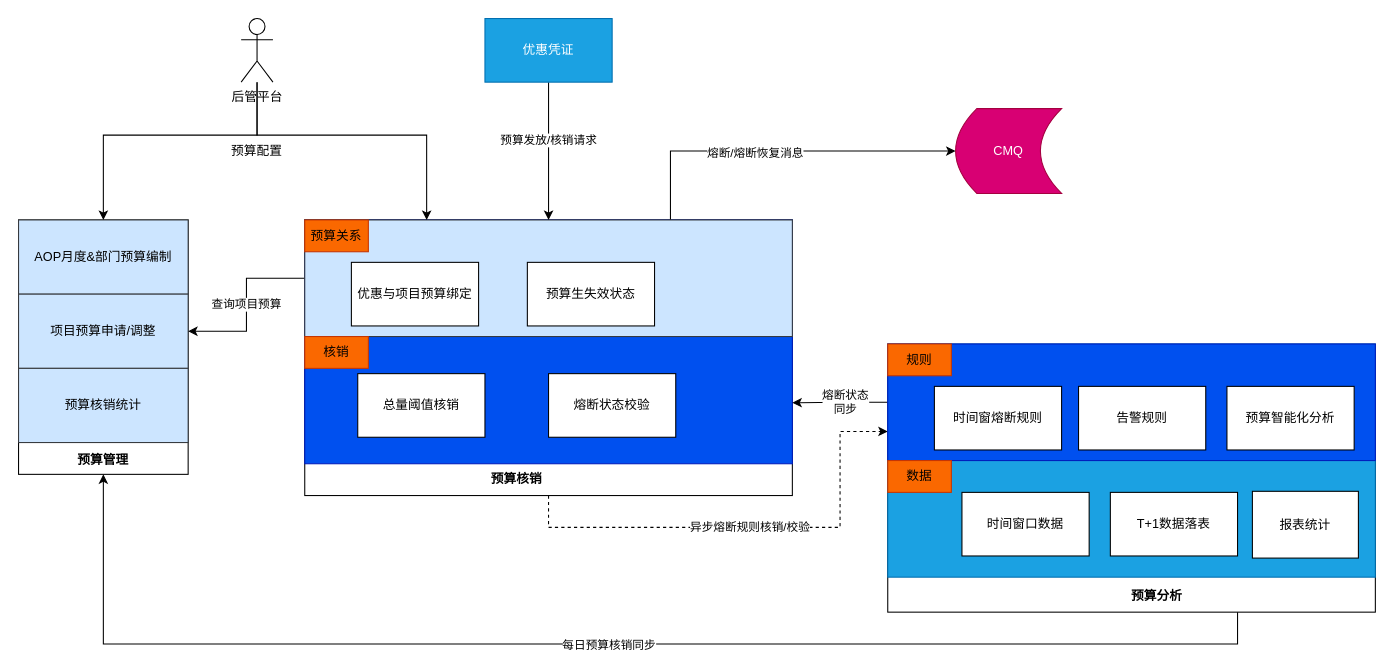
This is page "Copy of Page-40" (28 of 31) of Untitled Diagram.drawio from zengcrvip/basedemo, a draw.io file, before an edit. Source tidied: cells renumbered, new cells numbered last; positions are measured from the earlier drawing's top-left corner, leaving out a move shared by most shapes. Both pictures are drawn from the tidied source at 106%, with x=0, y=0 at pixel (18, 18).
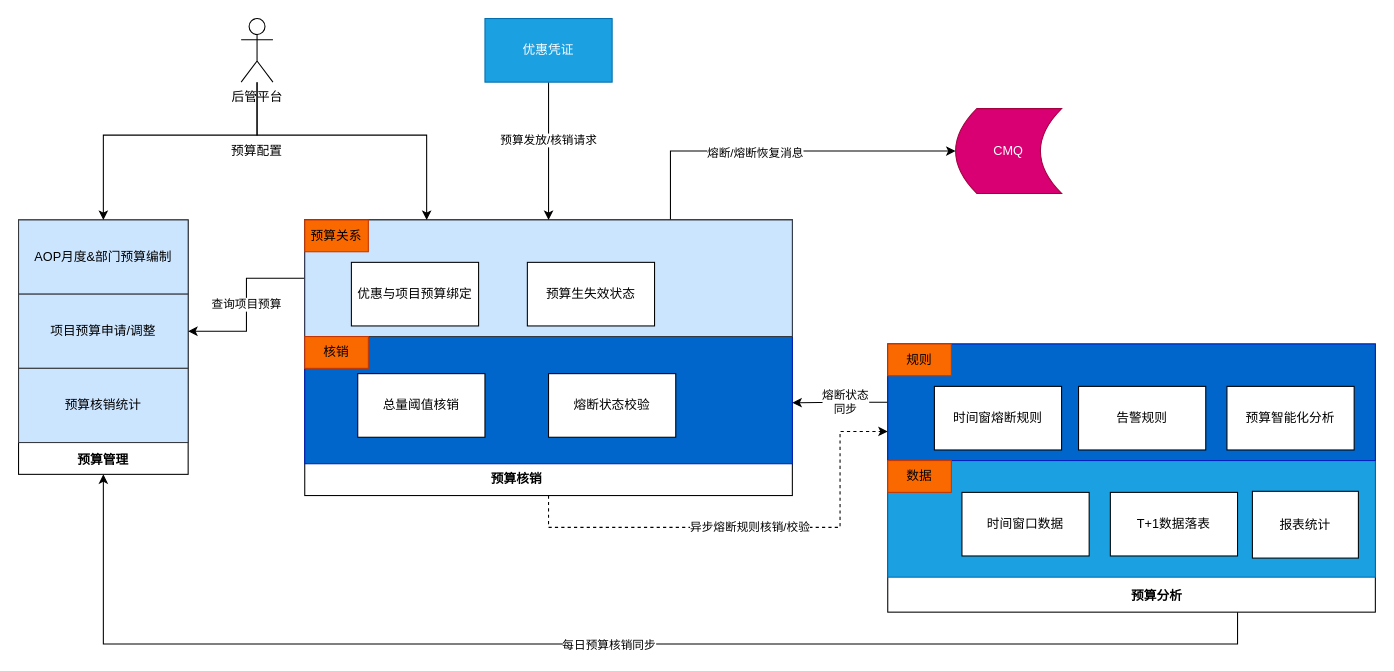
The same page after the edit.

Diff of the diagram source:
```diff
@@
-    <mxCell id="10" style="rounded=0;whiteSpace=wrap;html=1;fillColor=#0050ef;strokeColor=#001DBC;fontColor=#ffffff;" parent="1" vertex="1">
+    <mxCell id="10" style="rounded=0;whiteSpace=wrap;html=1;fillColor=#0066CC;strokeColor=#001DBC;fontColor=#ffffff;" parent="1" vertex="1">
       <mxGeometry x="270" y="190" width="460" height="230" as="geometry" />
     </mxCell>
@@
-    <mxCell id="31" style="rounded=0;whiteSpace=wrap;html=1;fillColor=#0050ef;strokeColor=#001DBC;fontColor=#ffffff;" parent="1" vertex="1">
+    <mxCell id="31" style="rounded=0;whiteSpace=wrap;html=1;fillColor=#0066CC;strokeColor=#001DBC;fontColor=#ffffff;" parent="1" vertex="1">
       <mxGeometry x="820" y="307" width="460" height="110" as="geometry" />
     </mxCell>
```
